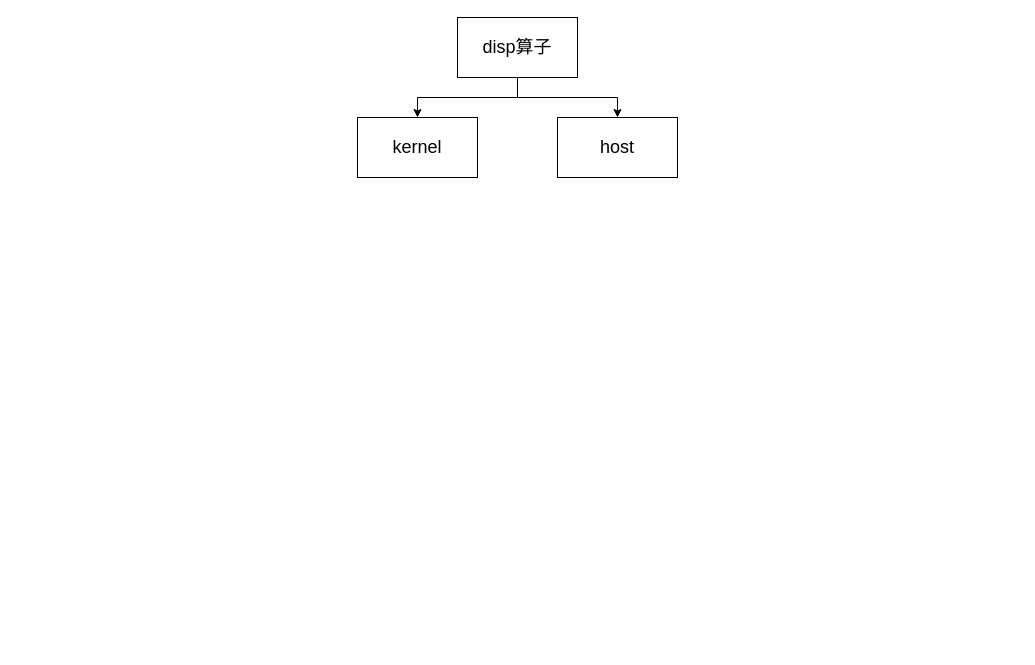
Earlier version of the draw.io diagram page "disp算子" (1 of 2) of disp算子接口与ACL接口对应.drawio (wywywywy1/https-github.com-yangxt225-MD5). Source tidied: cells renumbered, new cells numbered last; positions are measured from the earlier drawing's top-left corner, leaving out a move shared by most shapes. Both pictures are drawn from the tidied source at 100%, with x=0, y=0 at pixel (357, 17).
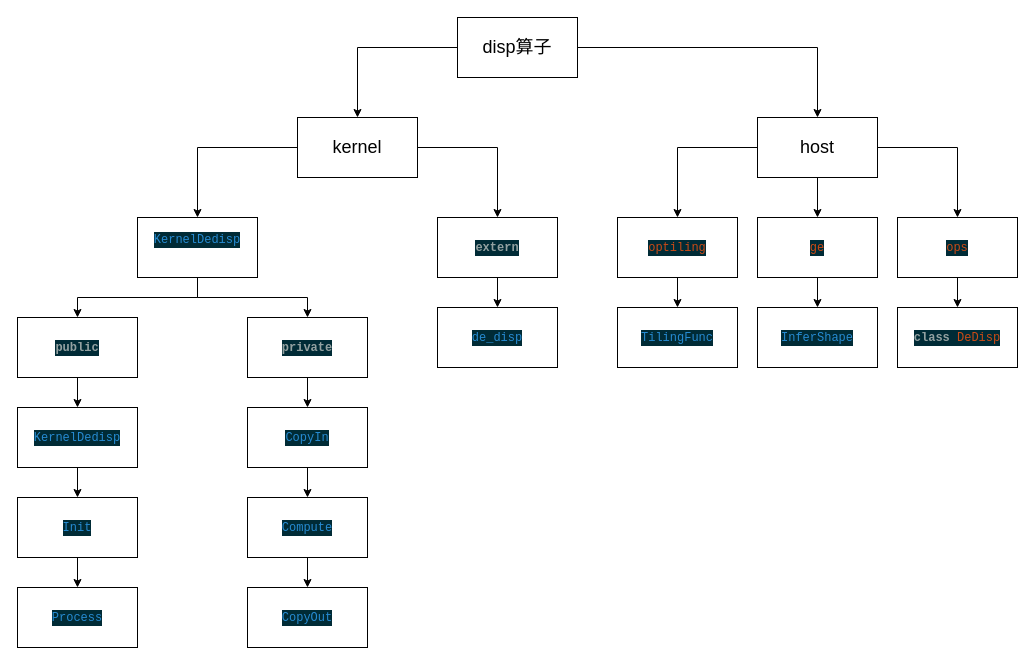
After the change.

Commit message (it also covers changes not shown here):
更新disp算子接口与ACL接口对应.drawio

Diff of the diagram source:
```diff
@@
+    <mxCell id="7" style="edgeStyle=orthogonalEdgeStyle;rounded=0;jettySize=auto;html=1;entryX=0.5;entryY=0;entryDx=0;entryDy=0;" parent="1" edge="1" source="5" target="14">
+      <mxGeometry relative="1" as="geometry" />
+    </mxCell>
+    <mxCell id="8" style="edgeStyle=orthogonalEdgeStyle;rounded=0;jettySize=auto;html=1;entryX=0.5;entryY=0;entryDx=0;entryDy=0;" parent="1" edge="1" source="5" target="16">
+      <mxGeometry relative="1" as="geometry" />
+    </mxCell>
     <mxCell id="5" value="&lt;span style=&quot;font-size: 18px;&quot;&gt;kernel&lt;/span&gt;" style="rounded=0;whiteSpace=wrap;html=1;" parent="1" vertex="1">
-      <mxGeometry y="100" width="120" height="60" as="geometry" />
+      <mxGeometry x="-60" y="100" width="120" height="60" as="geometry" />
     </mxCell>
+    <mxCell id="9" style="edgeStyle=orthogonalEdgeStyle;rounded=0;jettySize=auto;html=1;entryX=0.5;entryY=0;entryDx=0;entryDy=0;" parent="1" edge="1" source="6" target="21">
+      <mxGeometry relative="1" as="geometry" />
+    </mxCell>
+    <mxCell id="10" style="edgeStyle=orthogonalEdgeStyle;rounded=0;jettySize=auto;html=1;entryX=0.5;entryY=0;entryDx=0;entryDy=0;" parent="1" edge="1" source="6" target="19">
+      <mxGeometry relative="1" as="geometry" />
+    </mxCell>
+    <mxCell id="11" style="edgeStyle=orthogonalEdgeStyle;rounded=0;jettySize=auto;html=1;" parent="1" edge="1" source="6" target="40">
+      <mxGeometry relative="1" as="geometry" />
+    </mxCell>
     <mxCell id="6" value="&lt;font style=&quot;font-size: 18px;&quot;&gt;host&lt;/font&gt;" style="rounded=0;whiteSpace=wrap;html=1;" parent="1" vertex="1">
-      <mxGeometry x="200" y="100" width="120" height="60" as="geometry" />
+      <mxGeometry x="400" y="100" width="120" height="60" as="geometry" />
     </mxCell>
+    <mxCell id="12" style="edgeStyle=orthogonalEdgeStyle;rounded=0;jettySize=auto;html=1;entryX=0.5;entryY=0;entryDx=0;entryDy=0;" parent="1" edge="1" source="14" target="35">
+      <mxGeometry relative="1" as="geometry" />
+    </mxCell>
+    <mxCell id="13" style="edgeStyle=orthogonalEdgeStyle;rounded=0;jettySize=auto;html=1;entryX=0.5;entryY=0;entryDx=0;entryDy=0;" parent="1" edge="1" source="14" target="33">
+      <mxGeometry relative="1" as="geometry" />
+    </mxCell>
+    <mxCell id="14" value="&#10;&lt;div style=&quot;color: #839496;background-color: #002b36;font-family: Consolas, 'Courier New', monospace;font-weight: normal;font-size: 12px;line-height: 16px;white-space: pre;&quot;&gt;&lt;div&gt;&lt;span style=&quot;color: #268bd2;&quot;&gt;KernelDedisp&lt;/span&gt;&lt;/div&gt;&lt;/div&gt;&#10;&#10;" style="rounded=0;whiteSpace=wrap;html=1;" parent="1" vertex="1">
+      <mxGeometry x="-220" y="200" width="120" height="60" as="geometry" />
+    </mxCell>
+    <mxCell id="15" style="edgeStyle=orthogonalEdgeStyle;rounded=0;jettySize=auto;html=1;entryX=0.5;entryY=0;entryDx=0;entryDy=0;" parent="1" edge="1" source="16" target="17">
+      <mxGeometry relative="1" as="geometry" />
+    </mxCell>
+    <mxCell id="16" value="&lt;div style=&quot;color: rgb(131, 148, 150); background-color: rgb(0, 43, 54); font-family: Consolas, &amp;quot;Courier New&amp;quot;, monospace; line-height: 16px; white-space: pre;&quot;&gt;&lt;span style=&quot;color: rgb(147, 161, 161); font-weight: 700;&quot;&gt;extern&lt;/span&gt;&lt;/div&gt;" style="rounded=0;whiteSpace=wrap;html=1;" parent="1" vertex="1">
+      <mxGeometry x="80" y="200" width="120" height="60" as="geometry" />
+    </mxCell>
+    <mxCell id="17" value="&lt;div style=&quot;color: rgb(131, 148, 150); background-color: rgb(0, 43, 54); font-family: Consolas, &amp;quot;Courier New&amp;quot;, monospace; line-height: 16px; white-space: pre;&quot;&gt;&lt;div style=&quot;line-height: 16px;&quot;&gt;&lt;span style=&quot;color: #268bd2;&quot;&gt;de_disp&lt;/span&gt;&lt;/div&gt;&lt;/div&gt;" style="rounded=0;whiteSpace=wrap;html=1;" parent="1" vertex="1">
+      <mxGeometry x="80" y="290" width="120" height="60" as="geometry" />
+    </mxCell>
+    <mxCell id="18" style="edgeStyle=orthogonalEdgeStyle;rounded=0;jettySize=auto;html=1;entryX=0.5;entryY=0;entryDx=0;entryDy=0;" parent="1" edge="1" source="19" target="37">
+      <mxGeometry relative="1" as="geometry" />
+    </mxCell>
+    <mxCell id="19" value="&lt;div style=&quot;color: rgb(131, 148, 150); background-color: rgb(0, 43, 54); font-family: Consolas, &amp;quot;Courier New&amp;quot;, monospace; line-height: 16px; white-space: pre;&quot;&gt;&lt;div style=&quot;line-height: 16px;&quot;&gt;&lt;div style=&quot;line-height: 16px;&quot;&gt;&lt;span style=&quot;color: #cb4b16;&quot;&gt;ge&lt;/span&gt;&lt;/div&gt;&lt;/div&gt;&lt;/div&gt;" style="rounded=0;whiteSpace=wrap;html=1;" parent="1" vertex="1">
+      <mxGeometry x="400" y="200" width="120" height="60" as="geometry" />
+    </mxCell>
+    <mxCell id="20" style="edgeStyle=orthogonalEdgeStyle;rounded=0;jettySize=auto;html=1;entryX=0.5;entryY=0;entryDx=0;entryDy=0;" parent="1" edge="1" source="21" target="36">
+      <mxGeometry relative="1" as="geometry" />
+    </mxCell>
+    <mxCell id="21" value="&lt;div style=&quot;color: rgb(131, 148, 150); background-color: rgb(0, 43, 54); font-family: Consolas, &amp;quot;Courier New&amp;quot;, monospace; line-height: 16px; white-space: pre;&quot;&gt;&lt;div style=&quot;line-height: 16px;&quot;&gt;&lt;div style=&quot;line-height: 16px;&quot;&gt;&lt;span style=&quot;color: #cb4b16;&quot;&gt;optiling&lt;/span&gt;&lt;/div&gt;&lt;/div&gt;&lt;/div&gt;" style="rounded=0;whiteSpace=wrap;html=1;" parent="1" vertex="1">
+      <mxGeometry x="260" y="200" width="120" height="60" as="geometry" />
+    </mxCell>
+    <mxCell id="22" value="&lt;div style=&quot;color: rgb(131, 148, 150); background-color: rgb(0, 43, 54); font-family: Consolas, &amp;quot;Courier New&amp;quot;, monospace; line-height: 16px; white-space: pre;&quot;&gt;&lt;div style=&quot;line-height: 16px;&quot;&gt;&lt;div style=&quot;line-height: 16px;&quot;&gt;&lt;span style=&quot;color: #268bd2;&quot;&gt;CopyOut&lt;/span&gt;&lt;/div&gt;&lt;/div&gt;&lt;/div&gt;" style="rounded=0;whiteSpace=wrap;html=1;" parent="1" vertex="1">
+      <mxGeometry x="-110" y="570" width="120" height="60" as="geometry" />
+    </mxCell>
+    <mxCell id="23" style="edgeStyle=orthogonalEdgeStyle;rounded=0;jettySize=auto;html=1;entryX=0.5;entryY=0;entryDx=0;entryDy=0;" parent="1" edge="1" source="24" target="22">
+      <mxGeometry relative="1" as="geometry" />
+    </mxCell>
+    <mxCell id="24" value="&lt;div style=&quot;color: rgb(131, 148, 150); background-color: rgb(0, 43, 54); font-family: Consolas, &amp;quot;Courier New&amp;quot;, monospace; line-height: 16px; white-space: pre;&quot;&gt;&lt;div style=&quot;line-height: 16px;&quot;&gt;&lt;div style=&quot;line-height: 16px;&quot;&gt;&lt;span style=&quot;color: #268bd2;&quot;&gt;Compute&lt;/span&gt;&lt;/div&gt;&lt;/div&gt;&lt;/div&gt;" style="rounded=0;whiteSpace=wrap;html=1;" parent="1" vertex="1">
+      <mxGeometry x="-110" y="480" width="120" height="60" as="geometry" />
+    </mxCell>
+    <mxCell id="25" style="edgeStyle=orthogonalEdgeStyle;rounded=0;jettySize=auto;html=1;entryX=0.5;entryY=0;entryDx=0;entryDy=0;" parent="1" edge="1" source="26" target="24">
+      <mxGeometry relative="1" as="geometry" />
+    </mxCell>
+    <mxCell id="26" value="&lt;div style=&quot;color: rgb(131, 148, 150); background-color: rgb(0, 43, 54); font-family: Consolas, &amp;quot;Courier New&amp;quot;, monospace; line-height: 16px; white-space: pre;&quot;&gt;&lt;div style=&quot;line-height: 16px;&quot;&gt;&lt;div style=&quot;line-height: 16px;&quot;&gt;&lt;span style=&quot;color: #268bd2;&quot;&gt;CopyIn&lt;/span&gt;&lt;/div&gt;&lt;/div&gt;&lt;/div&gt;" style="rounded=0;whiteSpace=wrap;html=1;" parent="1" vertex="1">
+      <mxGeometry x="-110" y="390" width="120" height="60" as="geometry" />
+    </mxCell>
+    <mxCell id="27" value="&lt;div style=&quot;color: rgb(131, 148, 150); background-color: rgb(0, 43, 54); font-family: Consolas, &amp;quot;Courier New&amp;quot;, monospace; line-height: 16px; white-space: pre;&quot;&gt;&lt;div style=&quot;line-height: 16px;&quot;&gt;&lt;div style=&quot;line-height: 16px;&quot;&gt;&lt;span style=&quot;color: #268bd2;&quot;&gt;Process&lt;/span&gt;&lt;/div&gt;&lt;/div&gt;&lt;/div&gt;" style="rounded=0;whiteSpace=wrap;html=1;" parent="1" vertex="1">
+      <mxGeometry x="-340" y="570" width="120" height="60" as="geometry" />
+    </mxCell>
+    <mxCell id="28" style="edgeStyle=orthogonalEdgeStyle;rounded=0;jettySize=auto;html=1;entryX=0.5;entryY=0;entryDx=0;entryDy=0;" parent="1" edge="1" source="29" target="27">
+      <mxGeometry relative="1" as="geometry" />
+    </mxCell>
+    <mxCell id="29" value="&lt;div style=&quot;color: rgb(131, 148, 150); background-color: rgb(0, 43, 54); font-family: Consolas, &amp;quot;Courier New&amp;quot;, monospace; line-height: 16px; white-space: pre;&quot;&gt;&lt;div style=&quot;line-height: 16px;&quot;&gt;&lt;div style=&quot;line-height: 16px;&quot;&gt;&lt;span style=&quot;color: #268bd2;&quot;&gt;Init&lt;/span&gt;&lt;/div&gt;&lt;/div&gt;&lt;/div&gt;" style="rounded=0;whiteSpace=wrap;html=1;" parent="1" vertex="1">
+      <mxGeometry x="-340" y="480" width="120" height="60" as="geometry" />
+    </mxCell>
+    <mxCell id="30" style="edgeStyle=orthogonalEdgeStyle;rounded=0;jettySize=auto;html=1;entryX=0.5;entryY=0;entryDx=0;entryDy=0;" parent="1" edge="1" source="31" target="29">
+      <mxGeometry relative="1" as="geometry" />
+    </mxCell>
+    <mxCell id="31" value="&lt;div style=&quot;color: rgb(131, 148, 150); background-color: rgb(0, 43, 54); font-family: Consolas, &amp;quot;Courier New&amp;quot;, monospace; line-height: 16px; white-space: pre;&quot;&gt;&lt;div style=&quot;line-height: 16px;&quot;&gt;&lt;div style=&quot;line-height: 16px;&quot;&gt;&lt;span style=&quot;color: #268bd2;&quot;&gt;KernelDedisp&lt;/span&gt;&lt;/div&gt;&lt;/div&gt;&lt;/div&gt;" style="rounded=0;whiteSpace=wrap;html=1;" parent="1" vertex="1">
+      <mxGeometry x="-340" y="390" width="120" height="60" as="geometry" />
+    </mxCell>
+    <mxCell id="32" style="edgeStyle=orthogonalEdgeStyle;rounded=0;jettySize=auto;html=1;entryX=0.5;entryY=0;entryDx=0;entryDy=0;" parent="1" edge="1" source="33" target="26">
+      <mxGeometry relative="1" as="geometry" />
+    </mxCell>
+    <mxCell id="33" value="&lt;div style=&quot;color: rgb(131, 148, 150); background-color: rgb(0, 43, 54); font-family: Consolas, &amp;quot;Courier New&amp;quot;, monospace; line-height: 16px; white-space: pre;&quot;&gt;&lt;div style=&quot;line-height: 16px;&quot;&gt;&lt;div style=&quot;line-height: 16px;&quot;&gt;&lt;span style=&quot;color: #93a1a1;font-weight: bold;&quot;&gt;private&lt;/span&gt;&lt;/div&gt;&lt;/div&gt;&lt;/div&gt;" style="rounded=0;whiteSpace=wrap;html=1;" parent="1" vertex="1">
+      <mxGeometry x="-110" y="300" width="120" height="60" as="geometry" />
+    </mxCell>
+    <mxCell id="34" style="edgeStyle=orthogonalEdgeStyle;rounded=0;jettySize=auto;html=1;entryX=0.5;entryY=0;entryDx=0;entryDy=0;" parent="1" edge="1" source="35" target="31">
+      <mxGeometry relative="1" as="geometry" />
+    </mxCell>
+    <mxCell id="35" value="&lt;div style=&quot;color: rgb(131, 148, 150); background-color: rgb(0, 43, 54); font-family: Consolas, &amp;quot;Courier New&amp;quot;, monospace; line-height: 16px; white-space: pre;&quot;&gt;&lt;div style=&quot;line-height: 16px;&quot;&gt;&lt;div style=&quot;line-height: 16px;&quot;&gt;&lt;span style=&quot;color: #93a1a1;font-weight: bold;&quot;&gt;public&lt;/span&gt;&lt;/div&gt;&lt;/div&gt;&lt;/div&gt;" style="rounded=0;whiteSpace=wrap;html=1;" parent="1" vertex="1">
+      <mxGeometry x="-340" y="300" width="120" height="60" as="geometry" />
+    </mxCell>
+    <mxCell id="36" value="&lt;div style=&quot;color: rgb(131, 148, 150); background-color: rgb(0, 43, 54); font-family: Consolas, &amp;quot;Courier New&amp;quot;, monospace; line-height: 16px; white-space: pre;&quot;&gt;&lt;div style=&quot;line-height: 16px;&quot;&gt;&lt;div style=&quot;line-height: 16px;&quot;&gt;&lt;div style=&quot;line-height: 16px;&quot;&gt;&lt;span style=&quot;color: #268bd2;&quot;&gt;TilingFunc&lt;/span&gt;&lt;/div&gt;&lt;/div&gt;&lt;/div&gt;&lt;/div&gt;" style="rounded=0;whiteSpace=wrap;html=1;" parent="1" vertex="1">
+      <mxGeometry x="260" y="290" width="120" height="60" as="geometry" />
+    </mxCell>
+    <mxCell id="37" value="&lt;div style=&quot;color: rgb(131, 148, 150); background-color: rgb(0, 43, 54); font-family: Consolas, &amp;quot;Courier New&amp;quot;, monospace; line-height: 16px; white-space: pre;&quot;&gt;&lt;div style=&quot;line-height: 16px;&quot;&gt;&lt;div style=&quot;line-height: 16px;&quot;&gt;&lt;div style=&quot;line-height: 16px;&quot;&gt;&lt;span style=&quot;color: #268bd2;&quot;&gt;InferShape&lt;/span&gt;&lt;/div&gt;&lt;/div&gt;&lt;/div&gt;&lt;/div&gt;" style="rounded=0;whiteSpace=wrap;html=1;" parent="1" vertex="1">
+      <mxGeometry x="400" y="290" width="120" height="60" as="geometry" />
+    </mxCell>
+    <mxCell id="38" value="&lt;div style=&quot;color: rgb(131, 148, 150); background-color: rgb(0, 43, 54); font-family: Consolas, &amp;quot;Courier New&amp;quot;, monospace; line-height: 16px; white-space: pre;&quot;&gt;&lt;div style=&quot;line-height: 16px;&quot;&gt;&lt;div style=&quot;line-height: 16px;&quot;&gt;&lt;div style=&quot;line-height: 16px;&quot;&gt;&lt;span style=&quot;color: #93a1a1;font-weight: bold;&quot;&gt;class&lt;/span&gt; &lt;span style=&quot;color: #cb4b16;&quot;&gt;DeDisp&lt;/span&gt;&lt;/div&gt;&lt;/div&gt;&lt;/div&gt;&lt;/div&gt;" style="rounded=0;whiteSpace=wrap;html=1;" parent="1" vertex="1">
+      <mxGeometry x="540" y="290" width="120" height="60" as="geometry" />
+    </mxCell>
+    <mxCell id="39" style="edgeStyle=orthogonalEdgeStyle;rounded=0;jettySize=auto;html=1;entryX=0.5;entryY=0;entryDx=0;entryDy=0;" parent="1" edge="1" source="40" target="38">
+      <mxGeometry relative="1" as="geometry" />
+    </mxCell>
+    <mxCell id="40" value="&lt;div style=&quot;color: rgb(131, 148, 150); background-color: rgb(0, 43, 54); font-family: Consolas, &amp;quot;Courier New&amp;quot;, monospace; line-height: 16px; white-space: pre;&quot;&gt;&lt;div style=&quot;line-height: 16px;&quot;&gt;&lt;div style=&quot;line-height: 16px;&quot;&gt;&lt;div style=&quot;line-height: 16px;&quot;&gt;&lt;span style=&quot;color: #cb4b16;&quot;&gt;ops&lt;/span&gt;&lt;/div&gt;&lt;/div&gt;&lt;/div&gt;&lt;/div&gt;" style="rounded=0;whiteSpace=wrap;html=1;" parent="1" vertex="1">
+      <mxGeometry x="540" y="200" width="120" height="60" as="geometry" />
+    </mxCell>
```
